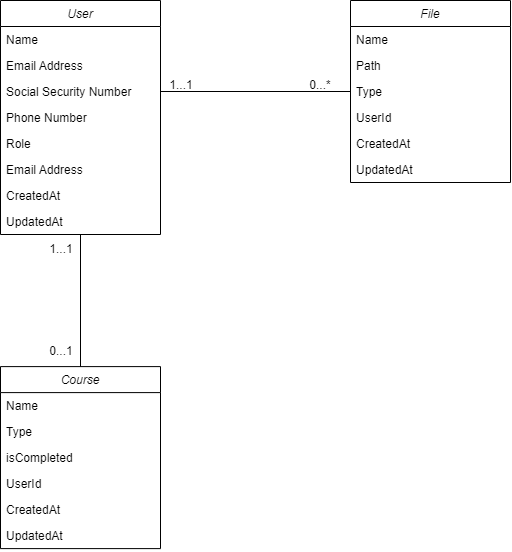
The draw.io diagram uml/Database.drawio.png in EauTarie/IRM_Assist, before a commit. Source tidied: cells renumbered, new cells last; positions are measured from the earlier drawing's top-left corner, leaving out a move shared by most shapes.
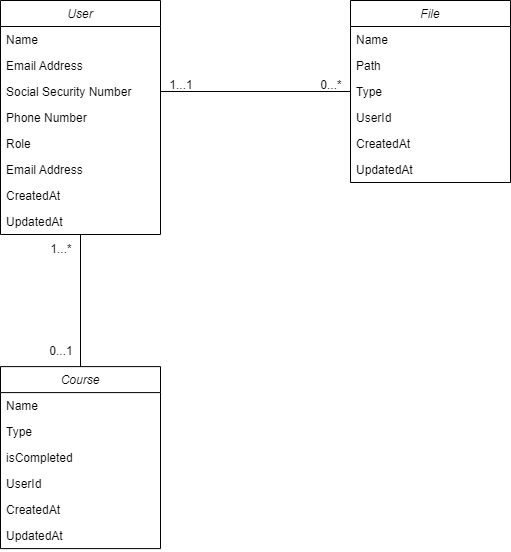
After the commit.

The edit, as a diff of the source:
```diff
@@ -81,9 +81,9 @@
       <mxGeometry x="151" y="70" width="60" height="30" as="geometry" />
     </mxCell>
     <mxCell id="28" value="0...*" style="text;html=1;align=center;verticalAlign=middle;whiteSpace=wrap;rounded=0;" parent="1" vertex="1">
-      <mxGeometry x="290" y="70" width="60" height="30" as="geometry" />
+      <mxGeometry x="301" y="70" width="60" height="30" as="geometry" />
     </mxCell>
-    <mxCell id="29" value="1...1" style="text;html=1;align=center;verticalAlign=middle;whiteSpace=wrap;rounded=0;" parent="1" vertex="1">
+    <mxCell id="29" value="1...*" style="text;html=1;align=center;verticalAlign=middle;whiteSpace=wrap;rounded=0;" parent="1" vertex="1">
       <mxGeometry x="31" y="234" width="60" height="30" as="geometry" />
     </mxCell>
     <mxCell id="30" value="0...1" style="text;html=1;align=center;verticalAlign=middle;whiteSpace=wrap;rounded=0;" parent="1" vertex="1">
```
